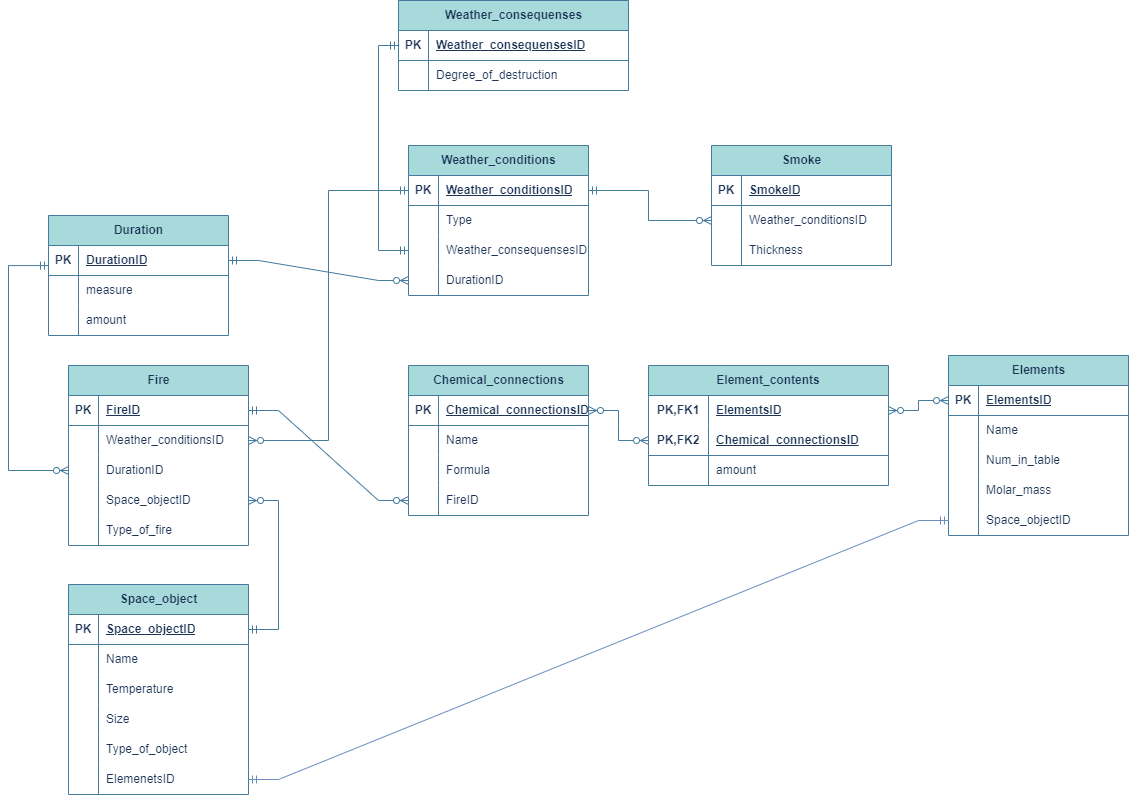
Before: Lab1/Untitled Diagram.drawio.png, a diagram exported from draw.io (UVA-dot/BDLab1). Source tidied: cells renumbered, new cells last; positions are measured from the earlier drawing's top-left corner, leaving out a move shared by most shapes.
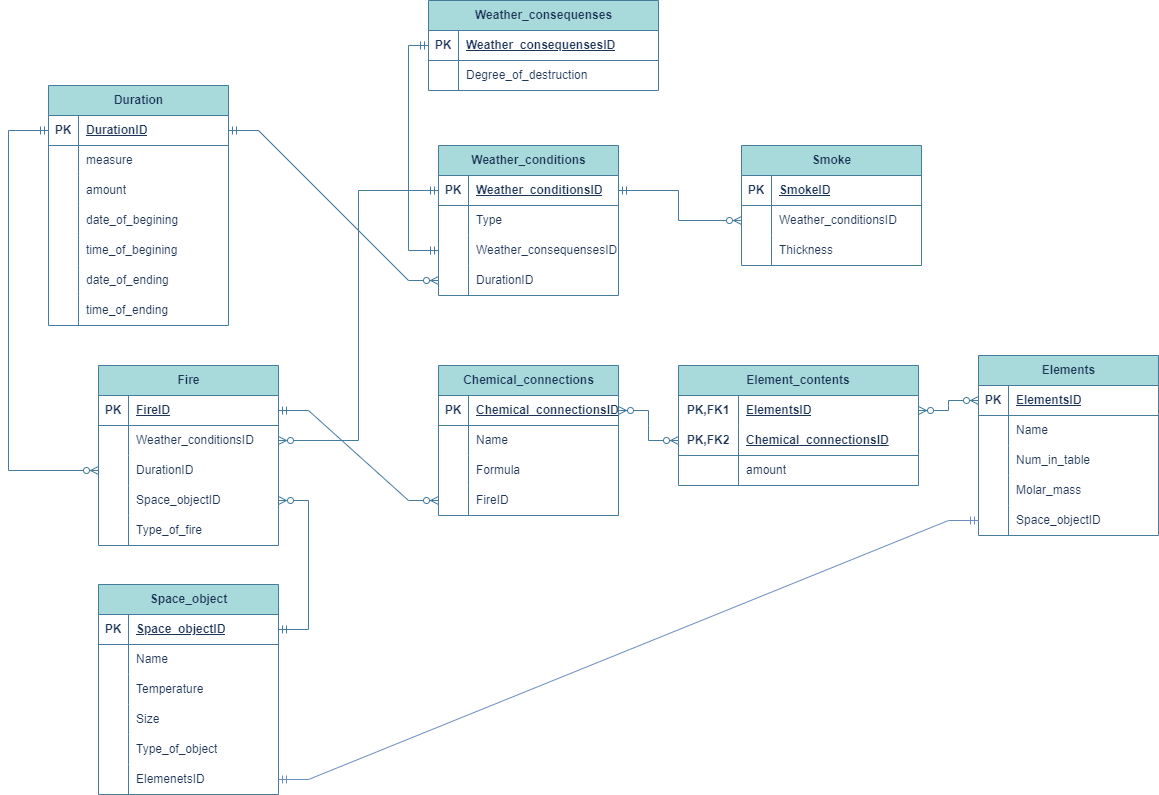
The same file after the commit.

What changed in the source:
```diff
@@ -354,7 +354,7 @@
       </mxGeometry>
     </mxCell>
     <mxCell id="113" value="Duration" style="shape=table;startSize=30;rowLines=0;fontStyle=1;align=center;html=1;labelBackgroundColor=none;fillColor=#A8DADC;strokeColor=#457B9D;fontColor=#1D3557;" parent="1" vertex="1">
-      <mxGeometry x="40" y="215" width="180" height="120" as="geometry" />
+      <mxGeometry x="10" y="85" width="180" height="240" as="geometry" />
     </mxCell>
     <mxCell id="114" style="shape=tableRow;horizontal=0;startSize=0;swimlaneHead=0;swimlaneBody=0;fillColor=none;points=[[0,0.5],[1,0.5]];portConstraint=eastwest;top=0;left=0;right=0;bottom=1;labelBackgroundColor=none;strokeColor=#457B9D;fontColor=#1D3557;" parent="113" vertex="1">
       <mxGeometry y="30" width="180" height="30" as="geometry" />
@@ -383,11 +383,47 @@
     <mxCell id="122" value="amount" style="shape=partialRectangle;fillColor=none;top=0;left=0;bottom=0;right=0;align=left;spacingLeft=6;overflow=hidden;whiteSpace=wrap;html=1;labelBackgroundColor=none;strokeColor=#457B9D;fontColor=#1D3557;" parent="120" vertex="1">
       <mxGeometry x="30" width="150" height="30" as="geometry" />
     </mxCell>
+    <mxCell id="126" style="shape=tableRow;horizontal=0;startSize=0;swimlaneHead=0;swimlaneBody=0;fillColor=none;top=0;left=0;right=0;bottom=0;labelBackgroundColor=none;strokeColor=#457B9D;fontColor=#1D3557;" parent="113" vertex="1">
+      <mxGeometry y="120" width="180" height="30" as="geometry" />
+    </mxCell>
+    <mxCell id="127" style="shape=partialRectangle;fillColor=none;top=0;left=0;bottom=0;right=0;overflow=hidden;whiteSpace=wrap;html=1;labelBackgroundColor=none;strokeColor=#457B9D;fontColor=#1D3557;" parent="126" vertex="1">
+      <mxGeometry width="30" height="30" as="geometry" />
+    </mxCell>
+    <mxCell id="128" value="date_of_begining" style="shape=partialRectangle;fillColor=none;top=0;left=0;bottom=0;right=0;align=left;spacingLeft=6;overflow=hidden;whiteSpace=wrap;html=1;labelBackgroundColor=none;strokeColor=#457B9D;fontColor=#1D3557;" parent="126" vertex="1">
+      <mxGeometry x="30" width="150" height="30" as="geometry" />
+    </mxCell>
+    <mxCell id="129" style="shape=tableRow;horizontal=0;startSize=0;swimlaneHead=0;swimlaneBody=0;fillColor=none;top=0;left=0;right=0;bottom=0;labelBackgroundColor=none;strokeColor=#457B9D;fontColor=#1D3557;" parent="113" vertex="1">
+      <mxGeometry y="150" width="180" height="30" as="geometry" />
+    </mxCell>
+    <mxCell id="130" style="shape=partialRectangle;fillColor=none;top=0;left=0;bottom=0;right=0;overflow=hidden;whiteSpace=wrap;html=1;labelBackgroundColor=none;strokeColor=#457B9D;fontColor=#1D3557;" parent="129" vertex="1">
+      <mxGeometry width="30" height="30" as="geometry" />
+    </mxCell>
+    <mxCell id="131" value="time_of_begining" style="shape=partialRectangle;fillColor=none;top=0;left=0;bottom=0;right=0;align=left;spacingLeft=6;overflow=hidden;whiteSpace=wrap;html=1;labelBackgroundColor=none;strokeColor=#457B9D;fontColor=#1D3557;" parent="129" vertex="1">
+      <mxGeometry x="30" width="150" height="30" as="geometry" />
+    </mxCell>
+    <mxCell id="132" style="shape=tableRow;horizontal=0;startSize=0;swimlaneHead=0;swimlaneBody=0;fillColor=none;top=0;left=0;right=0;bottom=0;labelBackgroundColor=none;strokeColor=#457B9D;fontColor=#1D3557;" parent="113" vertex="1">
+      <mxGeometry y="180" width="180" height="30" as="geometry" />
+    </mxCell>
+    <mxCell id="133" style="shape=partialRectangle;fillColor=none;top=0;left=0;bottom=0;right=0;overflow=hidden;whiteSpace=wrap;html=1;labelBackgroundColor=none;strokeColor=#457B9D;fontColor=#1D3557;" parent="132" vertex="1">
+      <mxGeometry width="30" height="30" as="geometry" />
+    </mxCell>
+    <mxCell id="134" value="date_of_ending" style="shape=partialRectangle;fillColor=none;top=0;left=0;bottom=0;right=0;align=left;spacingLeft=6;overflow=hidden;whiteSpace=wrap;html=1;labelBackgroundColor=none;strokeColor=#457B9D;fontColor=#1D3557;" parent="132" vertex="1">
+      <mxGeometry x="30" width="150" height="30" as="geometry" />
+    </mxCell>
+    <mxCell id="135" style="shape=tableRow;horizontal=0;startSize=0;swimlaneHead=0;swimlaneBody=0;fillColor=none;top=0;left=0;right=0;bottom=0;labelBackgroundColor=none;strokeColor=#457B9D;fontColor=#1D3557;" parent="113" vertex="1">
+      <mxGeometry y="210" width="180" height="30" as="geometry" />
+    </mxCell>
+    <mxCell id="136" style="shape=partialRectangle;fillColor=none;top=0;left=0;bottom=0;right=0;overflow=hidden;whiteSpace=wrap;html=1;labelBackgroundColor=none;strokeColor=#457B9D;fontColor=#1D3557;" parent="135" vertex="1">
+      <mxGeometry width="30" height="30" as="geometry" />
+    </mxCell>
+    <mxCell id="137" value="time_of_ending" style="shape=partialRectangle;fillColor=none;top=0;left=0;bottom=0;right=0;align=left;spacingLeft=6;overflow=hidden;whiteSpace=wrap;html=1;labelBackgroundColor=none;strokeColor=#457B9D;fontColor=#1D3557;" parent="135" vertex="1">
+      <mxGeometry x="30" width="150" height="30" as="geometry" />
+    </mxCell>
-    <mxCell id="123" style="edgeStyle=orthogonalEdgeStyle;fontSize=12;html=1;endArrow=ERzeroToMany;startArrow=ERmandOne;rounded=0;labelBackgroundColor=none;strokeColor=#457B9D;fontColor=default;" parent="1" edge="1" source="114" target="42">
+    <mxCell id="123" style="edgeStyle=orthogonalEdgeStyle;fontSize=12;html=1;endArrow=ERzeroToMany;startArrow=ERmandOne;rounded=0;labelBackgroundColor=none;strokeColor=#457B9D;fontColor=default;exitX=0;exitY=0.5;exitDx=0;exitDy=0;" parent="1" edge="1" source="114" target="42">
       <mxGeometry relative="1" as="geometry">
         <Array as="points">
-          <mxPoint y="265" />
-          <mxPoint y="470" />
+          <mxPoint x="-30" y="130" />
+          <mxPoint x="-30" y="470" />
         </Array>
       </mxGeometry>
     </mxCell>
```
